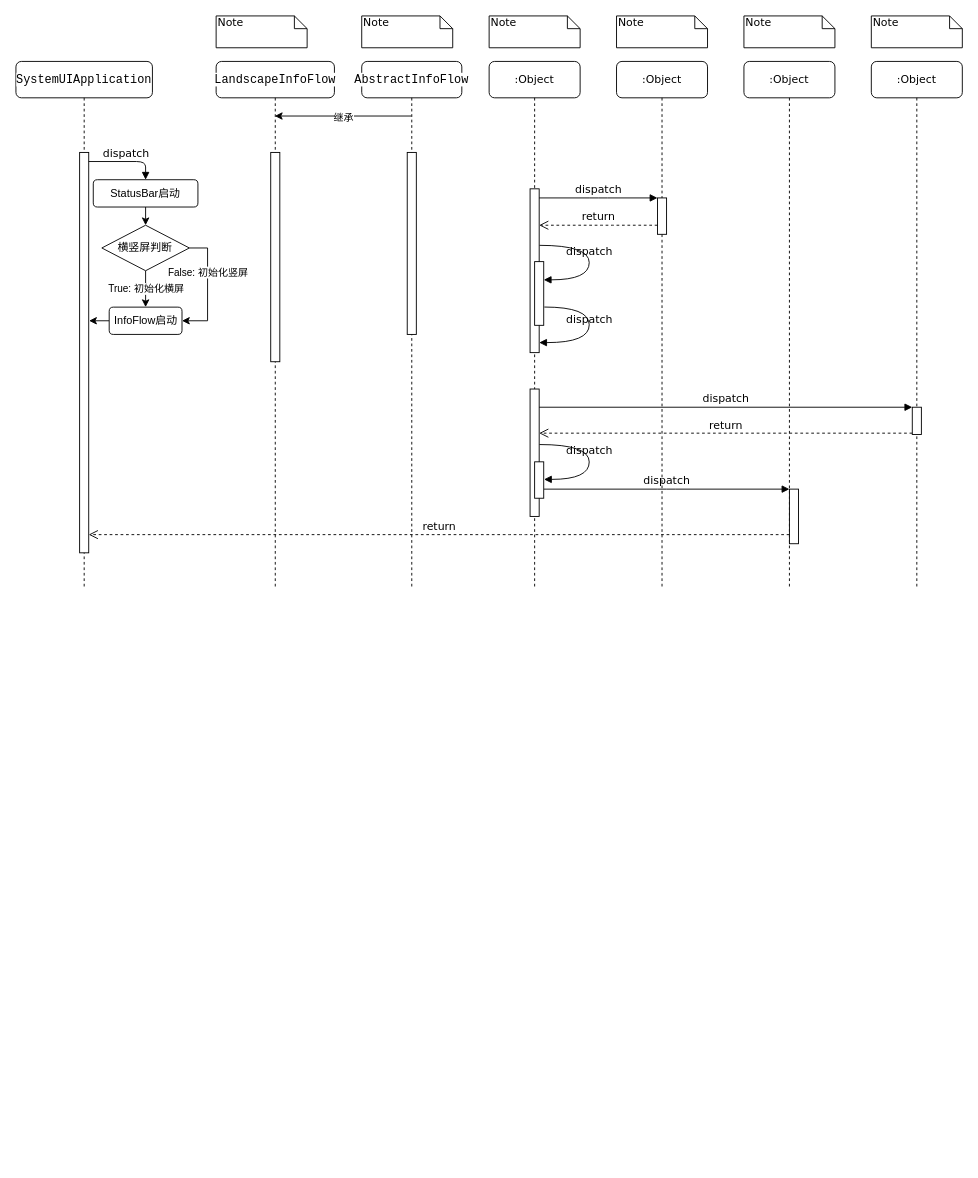
Above: infoflow学习.drawio in NanShanWuLe/FirstGitHub (draw.io), before the change. Source tidied: cells renumbered, new cells numbered last; positions are measured from the earlier drawing's top-left corner, leaving out a move shared by most shapes. Both pictures are drawn from the tidied source at 91%, with x=0, y=0 at pixel (15, 15).
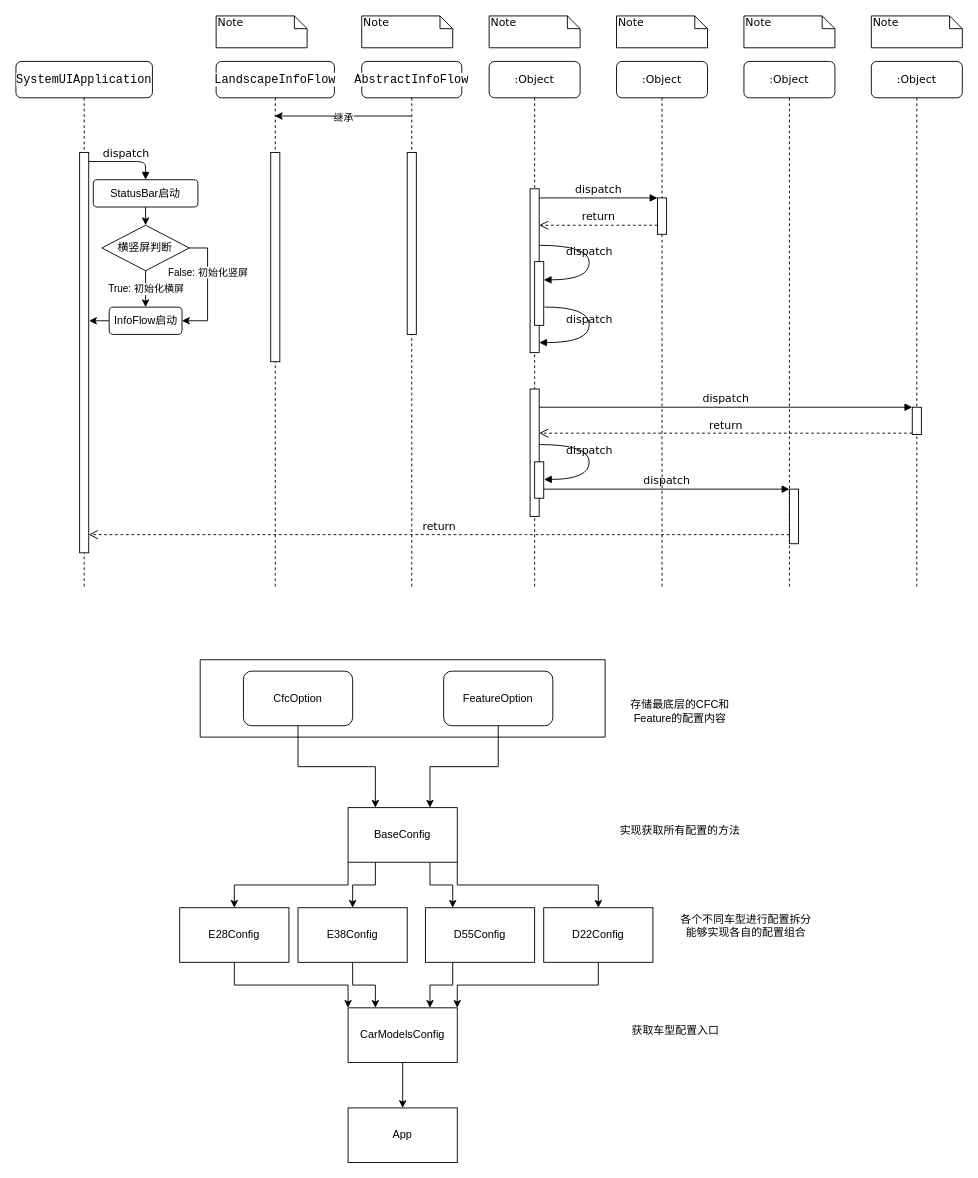
After the change.

Change to the diagram source:
```diff
@@
+    <mxCell id="45" style="verticalLabelPosition=bottom;verticalAlign=top;html=1;shape=mxgraph.basic.rect;fillColor2=none;strokeWidth=1;size=20;indent=5;" parent="1" vertex="1">
+      <mxGeometry x="202.5" y="707.5" width="445" height="85" as="geometry" />
+    </mxCell>
+    <mxCell id="46" style="edgeStyle=orthogonalEdgeStyle;rounded=0;jettySize=auto;html=1;exitX=0.5;exitY=1;exitDx=0;exitDy=0;entryX=0.25;entryY=0;entryDx=0;entryDy=0;" parent="1" edge="1" source="47" target="54">
+      <mxGeometry relative="1" as="geometry" />
+    </mxCell>
+    <mxCell id="47" value="CfcOption" style="rounded=1;whiteSpace=wrap;html=1;" parent="1" vertex="1">
+      <mxGeometry x="250" y="720" width="120" height="60" as="geometry" />
+    </mxCell>
+    <mxCell id="48" style="edgeStyle=orthogonalEdgeStyle;rounded=0;jettySize=auto;html=1;entryX=0.75;entryY=0;entryDx=0;entryDy=0;" parent="1" edge="1" source="49" target="54">
+      <mxGeometry relative="1" as="geometry" />
+    </mxCell>
+    <mxCell id="49" value="FeatureOption" style="rounded=1;whiteSpace=wrap;html=1;" parent="1" vertex="1">
+      <mxGeometry x="470" y="720" width="120" height="60" as="geometry" />
+    </mxCell>
+    <mxCell id="50" style="edgeStyle=orthogonalEdgeStyle;rounded=0;jettySize=auto;html=1;exitX=0;exitY=1;exitDx=0;exitDy=0;entryX=0.5;entryY=0;entryDx=0;entryDy=0;" parent="1" edge="1" source="54" target="58">
+      <mxGeometry relative="1" as="geometry" />
+    </mxCell>
+    <mxCell id="51" style="edgeStyle=orthogonalEdgeStyle;rounded=0;jettySize=auto;html=1;exitX=0.25;exitY=1;exitDx=0;exitDy=0;" parent="1" edge="1" source="54" target="60">
+      <mxGeometry relative="1" as="geometry" />
+    </mxCell>
+    <mxCell id="52" style="edgeStyle=orthogonalEdgeStyle;rounded=0;jettySize=auto;html=1;exitX=0.75;exitY=1;exitDx=0;exitDy=0;entryX=0.25;entryY=0;entryDx=0;entryDy=0;" parent="1" edge="1" source="54" target="62">
+      <mxGeometry relative="1" as="geometry" />
+    </mxCell>
+    <mxCell id="53" style="edgeStyle=orthogonalEdgeStyle;rounded=0;jettySize=auto;html=1;exitX=1;exitY=1;exitDx=0;exitDy=0;entryX=0.5;entryY=0;entryDx=0;entryDy=0;" parent="1" edge="1" source="54" target="64">
+      <mxGeometry relative="1" as="geometry" />
+    </mxCell>
+    <mxCell id="54" value="BaseConfig" style="rounded=0;whiteSpace=wrap;html=1;" parent="1" vertex="1">
+      <mxGeometry x="365" y="870" width="120" height="60" as="geometry" />
+    </mxCell>
+    <mxCell id="55" value="存储最底层的CFC和Feature的配置内容" style="text;html=1;strokeColor=none;fillColor=none;align=center;verticalAlign=middle;whiteSpace=wrap;rounded=0;" parent="1" vertex="1">
+      <mxGeometry x="660" y="737.5" width="140" height="52.5" as="geometry" />
+    </mxCell>
+    <mxCell id="56" value="实现获取所有配置的方法" style="text;html=1;strokeColor=none;fillColor=none;align=center;verticalAlign=middle;whiteSpace=wrap;rounded=0;" parent="1" vertex="1">
+      <mxGeometry x="660" y="870" width="140" height="50" as="geometry" />
+    </mxCell>
+    <mxCell id="57" style="edgeStyle=orthogonalEdgeStyle;rounded=0;jettySize=auto;html=1;exitX=0.5;exitY=1;exitDx=0;exitDy=0;entryX=0;entryY=0;entryDx=0;entryDy=0;" parent="1" edge="1" source="58" target="67">
+      <mxGeometry relative="1" as="geometry" />
+    </mxCell>
+    <mxCell id="58" value="E28Config" style="rounded=0;whiteSpace=wrap;html=1;" parent="1" vertex="1">
+      <mxGeometry x="180" y="980" width="120" height="60" as="geometry" />
+    </mxCell>
+    <mxCell id="59" style="edgeStyle=orthogonalEdgeStyle;rounded=0;jettySize=auto;html=1;exitX=0.5;exitY=1;exitDx=0;exitDy=0;entryX=0.25;entryY=0;entryDx=0;entryDy=0;" parent="1" edge="1" source="60" target="67">
+      <mxGeometry relative="1" as="geometry" />
+    </mxCell>
+    <mxCell id="60" value="E38Config" style="rounded=0;whiteSpace=wrap;html=1;" parent="1" vertex="1">
+      <mxGeometry x="310" y="980" width="120" height="60" as="geometry" />
+    </mxCell>
+    <mxCell id="61" style="edgeStyle=orthogonalEdgeStyle;rounded=0;jettySize=auto;html=1;exitX=0.25;exitY=1;exitDx=0;exitDy=0;entryX=0.75;entryY=0;entryDx=0;entryDy=0;" parent="1" edge="1" source="62" target="67">
+      <mxGeometry relative="1" as="geometry" />
+    </mxCell>
+    <mxCell id="62" value="D55Config" style="rounded=0;whiteSpace=wrap;html=1;" parent="1" vertex="1">
+      <mxGeometry x="450" y="980" width="120" height="60" as="geometry" />
+    </mxCell>
+    <mxCell id="63" style="edgeStyle=orthogonalEdgeStyle;rounded=0;jettySize=auto;html=1;exitX=0.5;exitY=1;exitDx=0;exitDy=0;entryX=1;entryY=0;entryDx=0;entryDy=0;" parent="1" edge="1" source="64" target="67">
+      <mxGeometry relative="1" as="geometry" />
+    </mxCell>
+    <mxCell id="64" value="D22Config" style="rounded=0;whiteSpace=wrap;html=1;" parent="1" vertex="1">
+      <mxGeometry x="580" y="980" width="120" height="60" as="geometry" />
+    </mxCell>
+    <mxCell id="65" value="各个不同车型进行配置拆分&lt;br&gt;能够实现各自的配置组合" style="text;html=1;strokeColor=none;fillColor=none;align=center;verticalAlign=middle;whiteSpace=wrap;rounded=0;" parent="1" vertex="1">
+      <mxGeometry x="715" y="970" width="175" height="60" as="geometry" />
+    </mxCell>
+    <mxCell id="66" style="edgeStyle=orthogonalEdgeStyle;rounded=0;jettySize=auto;html=1;exitX=0.5;exitY=1;exitDx=0;exitDy=0;entryX=0.5;entryY=0;entryDx=0;entryDy=0;" parent="1" edge="1" source="67" target="69">
+      <mxGeometry relative="1" as="geometry" />
+    </mxCell>
+    <mxCell id="67" value="CarModelsConfig" style="rounded=0;whiteSpace=wrap;html=1;" parent="1" vertex="1">
+      <mxGeometry x="365" y="1090" width="120" height="60" as="geometry" />
+    </mxCell>
+    <mxCell id="68" value="获取车型配置入口" style="text;html=1;strokeColor=none;fillColor=none;align=center;verticalAlign=middle;whiteSpace=wrap;rounded=0;" parent="1" vertex="1">
+      <mxGeometry x="660" y="1090" width="130" height="50" as="geometry" />
+    </mxCell>
+    <mxCell id="69" value="App" style="rounded=0;whiteSpace=wrap;html=1;" parent="1" vertex="1">
+      <mxGeometry x="365" y="1200" width="120" height="60" as="geometry" />
+    </mxCell>
```
